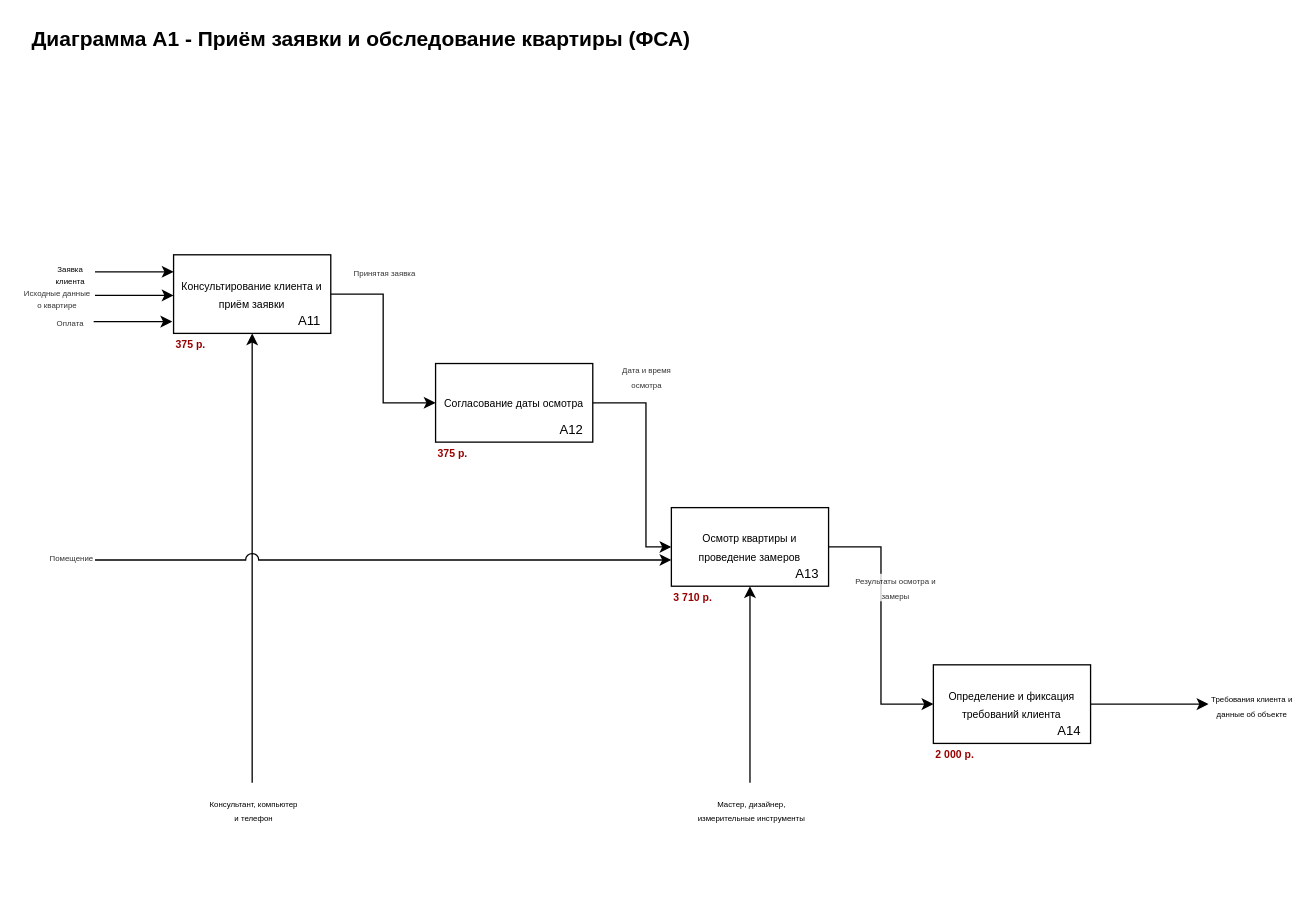
Earlier version of the draw.io diagram page "A1 (ФСА)" (17 of 18) of sem-5/miabp/lab-5/fsa.drawio (anodev996/uni-works). Source tidied: cells renumbered, new cells numbered last; positions are measured from the earlier drawing's top-left corner, leaving out a move shared by most shapes. Both pictures are drawn from the tidied source at 131%, with x=0, y=0 at pixel (29, 22).
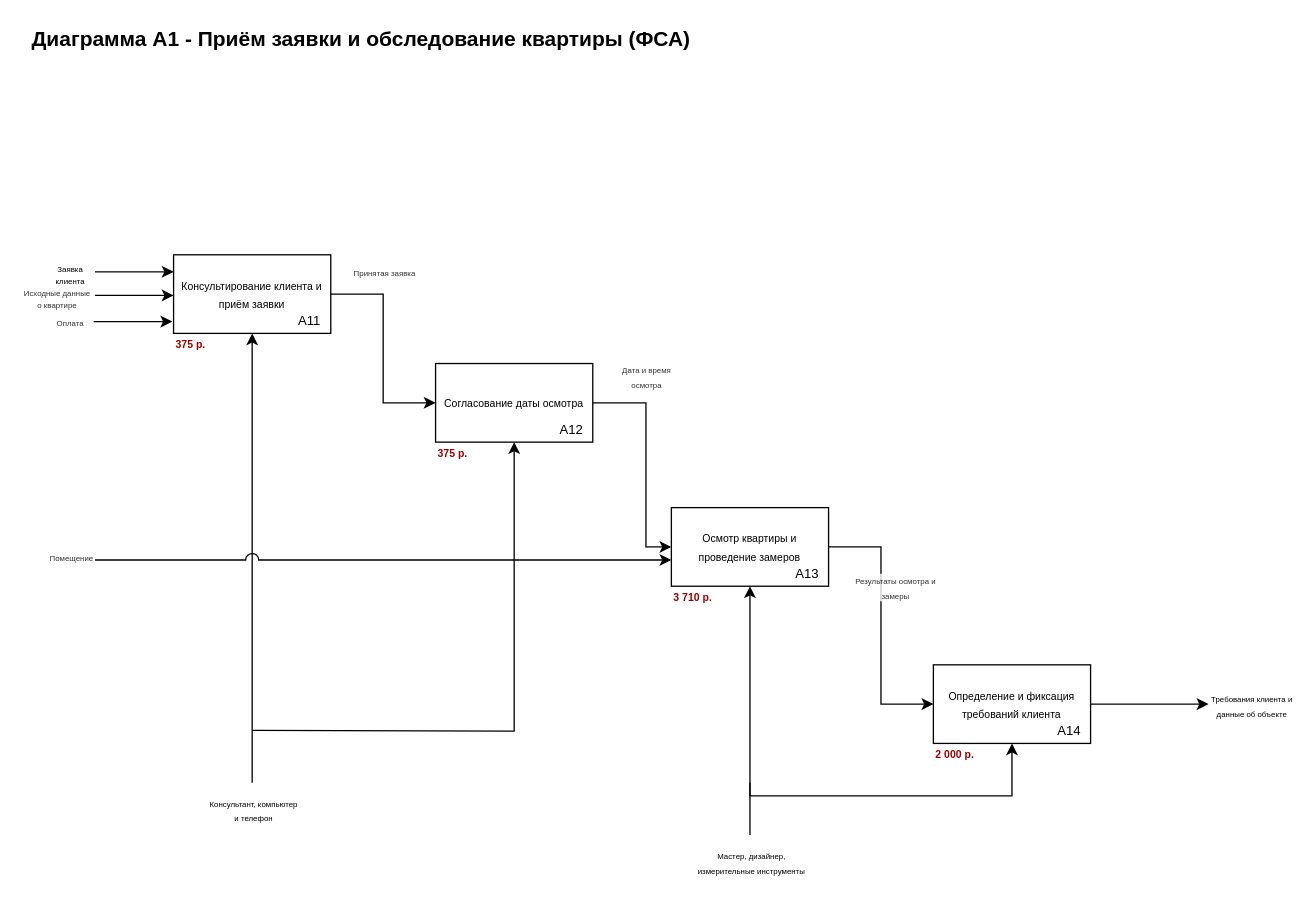
The same page after the edit.

Unchanged cells that the change refers to:
```xml
<mxCell id="8" value="&lt;div style=&quot;line-height: 100%;&quot;&gt;&lt;font style=&quot;line-height: 100%;&quot;&gt;&lt;span style=&quot;background-color: transparent; font-size: 8px;&quot;&gt;Согласование даты осмотра&lt;/span&gt;&lt;/font&gt;&lt;/div&gt;" style="rounded=0;whiteSpace=wrap;html=1;" parent="7" vertex="1">
  <mxGeometry width="120" height="60" as="geometry" />
</mxCell>
<mxCell id="12" value="&lt;div style=&quot;line-height: 100%;&quot;&gt;&lt;font style=&quot;line-height: 100%;&quot;&gt;&lt;span style=&quot;background-color: transparent; font-size: 8px;&quot;&gt;Осмотр квартиры и проведение замеров&lt;/span&gt;&lt;/font&gt;&lt;/div&gt;" style="rounded=0;whiteSpace=wrap;html=1;" parent="11" vertex="1">
  <mxGeometry width="120" height="60" as="geometry" />
</mxCell>
<mxCell id="16" value="&lt;div style=&quot;line-height: 100%;&quot;&gt;&lt;font style=&quot;line-height: 100%;&quot;&gt;&lt;span style=&quot;background-color: transparent; font-size: 8px;&quot;&gt;Определение и фиксация требований клиента&lt;/span&gt;&lt;/font&gt;&lt;/div&gt;" style="rounded=0;whiteSpace=wrap;html=1;" parent="15" vertex="1">
  <mxGeometry width="120" height="60" as="geometry" />
</mxCell>
```

The edit, as a diff of the source:
```diff
@@
     <mxCell id="27" style="endArrow=classic;html=1;rounded=0;" parent="1" edge="1" target="12">
       <mxGeometry relative="1" as="geometry">
-        <mxPoint x="550" y="580" as="sourcePoint" />
+        <mxPoint x="550" y="620" as="sourcePoint" />
       </mxGeometry>
     </mxCell>
     <mxCell id="28" value="&lt;div style=&quot;line-height: 80%;&quot;&gt;&lt;div&gt;&lt;span style=&quot;font-size: 6px;&quot;&gt;Мастер, дизайнер,&lt;/span&gt;&lt;/div&gt;&lt;div&gt;&lt;span style=&quot;font-size: 6px;&quot;&gt;измерительные инструменты&lt;/span&gt;&lt;/div&gt;&lt;/div&gt;" style="edgeLabel;html=1;align=center;verticalAlign=middle;" parent="27" vertex="1">
-      <mxGeometry x="0.29" y="-1" relative="1" as="geometry">
-        <mxPoint x="-1" y="117" as="offset" />
+      <mxGeometry x="0.44" y="-1" relative="1" as="geometry">
+        <mxPoint x="-1" y="157" as="offset" />
       </mxGeometry>
     </mxCell>
@@
+    <mxCell id="39" style="endArrow=classic;html=1;rounded=0;entryX=0.5;entryY=1;entryDx=0;entryDy=0;edgeStyle=orthogonalEdgeStyle;" parent="1" edge="1" target="8">
+      <mxGeometry relative="1" as="geometry">
+        <mxPoint x="170" y="540.1" as="sourcePoint" />
+      </mxGeometry>
+    </mxCell>
+    <mxCell id="40" style="endArrow=classic;html=1;rounded=0;entryX=0.5;entryY=1;entryDx=0;entryDy=0;edgeStyle=orthogonalEdgeStyle;" parent="1" edge="1" target="16">
+      <mxGeometry x="-0.18" relative="1" as="geometry">
+        <mxPoint x="550" y="580" as="sourcePoint" />
+        <Array as="points">
+          <mxPoint x="550" y="590" />
+          <mxPoint x="750" y="590" />
+        </Array>
+      </mxGeometry>
+    </mxCell>
```
